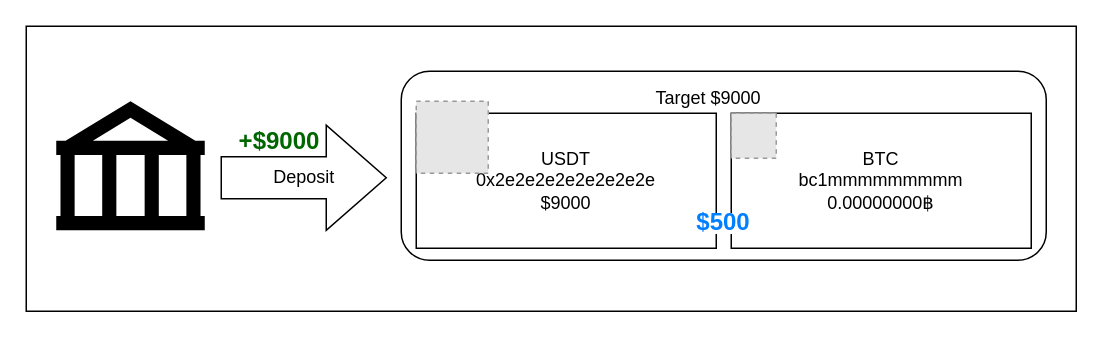
This is page "Page-1" (1 of 2) of Untitled Diagram.drawio from ZenulAbidin/drawio, a draw.io file, before an edit. Source tidied: cells renumbered, new cells numbered last; positions are measured from the earlier drawing's top-left corner, leaving out a move shared by most shapes. Both pictures are drawn from the tidied source at 150%, with x=0, y=0 at pixel (26, 26). Pictures stored in the file or linked from it are replaced by grey dashed boxes.
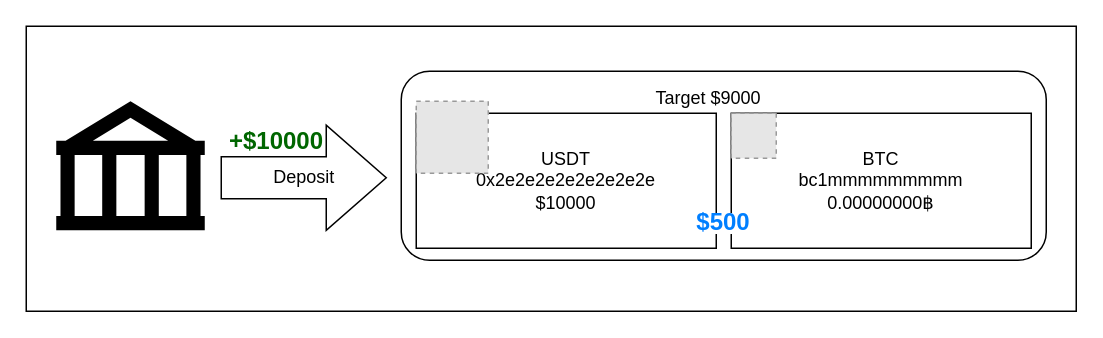
The same diagram, later.

What changed in the source:
```diff
@@
 <mxGraphModel>
   <root>
     <mxCell id="0" />
     <mxCell id="1" parent="0" />
     <mxCell id="2" style="rounded=0;whiteSpace=wrap;html=1;" parent="1" vertex="1">
       <mxGeometry width="700" height="190" as="geometry" />
     </mxCell>
     <mxCell id="3" style="shape=mxgraph.signs.travel.bank;html=1;fillColor=#000000;strokeColor=none;verticalLabelPosition=bottom;verticalAlign=top;align=center;" parent="1" vertex="1">
       <mxGeometry x="20" y="50" width="99" height="86" as="geometry" />
     </mxCell>
     <mxCell id="4" value="Deposit" style="html=1;shadow=0;dashed=0;align=center;verticalAlign=middle;shape=mxgraph.arrows2.arrow;dy=0.6;dx=40;notch=0;" parent="1" vertex="1">
       <mxGeometry x="130" y="66" width="110" height="70" as="geometry" />
     </mxCell>
     <mxCell id="5" style="rounded=1;whiteSpace=wrap;html=1;" parent="1" vertex="1">
       <mxGeometry x="250" y="30" width="430" height="126" as="geometry" />
     </mxCell>
-    <mxCell id="6" value="&lt;div&gt;USDT&lt;/div&gt;&lt;div&gt;0x2e2e2e2e2e2e2e2e&lt;/div&gt;&lt;div&gt;$9000&lt;br&gt;&lt;/div&gt;" style="rounded=0;whiteSpace=wrap;html=1;" parent="1" vertex="1">
+    <mxCell id="6" value="&lt;div&gt;USDT&lt;/div&gt;&lt;div&gt;0x2e2e2e2e2e2e2e2e&lt;/div&gt;&lt;div&gt;$10000&lt;br&gt;&lt;/div&gt;" style="rounded=0;whiteSpace=wrap;html=1;" parent="1" vertex="1">
       <mxGeometry x="260" y="58" width="200" height="90" as="geometry" />
     </mxCell>
     <mxCell id="7" style="fillColor=#E6E6E6;strokeColor=#999999;dashed=1;html=1;verticalAlign=top;verticalLabelPosition=bottom;labelBackgroundColor=#ffffff;" parent="1" vertex="1">
       <mxGeometry x="260" y="50" width="48" height="48" as="geometry" />
     </mxCell>
     <mxCell id="8" value="&lt;div&gt;BTC&lt;br&gt;&lt;/div&gt;&lt;div&gt;bc1mmmmmmmmm&lt;/div&gt;&lt;div&gt;0.00000000฿&lt;br&gt;&lt;/div&gt;" style="rounded=0;whiteSpace=wrap;html=1;" parent="1" vertex="1">
       <mxGeometry x="470" y="58" width="200" height="90" as="geometry" />
     </mxCell>
     <mxCell id="9" style="fillColor=#E6E6E6;strokeColor=#999999;dashed=1;html=1;verticalAlign=top;verticalLabelPosition=bottom;labelBackgroundColor=#ffffff;" parent="1" vertex="1">
       <mxGeometry x="470" y="58" width="30" height="30" as="geometry" />
     </mxCell>
     <mxCell id="10" value="Target $9000" style="text;html=1;strokeColor=none;fillColor=none;align=center;verticalAlign=middle;whiteSpace=wrap;rounded=0;" parent="1" vertex="1">
       <mxGeometry x="350" y="38" width="210" height="20" as="geometry" />
     </mxCell>
     <mxCell id="11" value="&lt;span style=&quot;background-color: rgb(255 , 255 , 255)&quot;&gt;&lt;font style=&quot;font-size: 16px&quot; color=&quot;#007FFF&quot;&gt;&lt;b&gt;$500&lt;/b&gt;&lt;/font&gt;&lt;/span&gt;" style="text;html=1;strokeColor=none;fillColor=none;align=center;verticalAlign=middle;whiteSpace=wrap;rounded=0;" parent="1" vertex="1">
       <mxGeometry x="416.2" y="112" width="97.5" height="36" as="geometry" />
     </mxCell>
-    <mxCell id="12" value="&lt;font style=&quot;font-size: 16px&quot;&gt;&lt;b&gt;&lt;font style=&quot;font-size: 16px&quot; color=&quot;#006600&quot;&gt;+$9000&lt;/font&gt;&lt;/b&gt;&lt;/font&gt;" style="text;html=1;strokeColor=none;fillColor=none;align=center;verticalAlign=middle;whiteSpace=wrap;rounded=0;" parent="1" vertex="1">
-      <mxGeometry x="120" y="58" width="97.5" height="36" as="geometry" />
+    <mxCell id="12" value="&lt;font style=&quot;font-size: 16px&quot;&gt;&lt;b&gt;&lt;font style=&quot;font-size: 16px&quot; color=&quot;#006600&quot;&gt;+$10000&lt;/font&gt;&lt;/b&gt;&lt;/font&gt;" style="text;html=1;strokeColor=none;fillColor=none;align=center;verticalAlign=middle;whiteSpace=wrap;rounded=0;" parent="1" vertex="1">
+      <mxGeometry x="118" y="58" width="97.5" height="36" as="geometry" />
     </mxCell>
   </root>
 </mxGraphModel>
```
